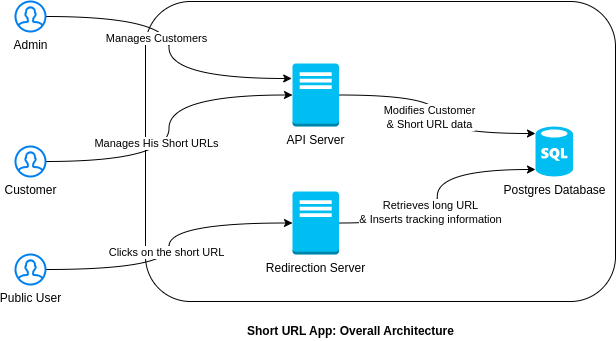
Before: docs/02_design/images/ArchitectureDiagrams.drawio.png, a diagram exported from draw.io (elbombardi/squrl). Source tidied: cells renumbered, new cells last; positions are measured from the earlier drawing's top-left corner, leaving out a move shared by most shapes.
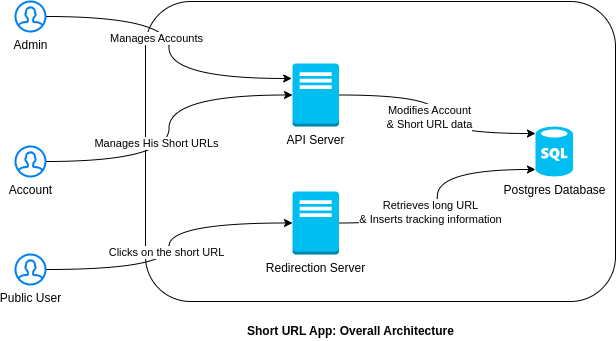
The same file after the commit.

The edit, as a diff of the source:
```diff
@@ -5,7 +5,7 @@
     <mxCell id="2" style="rounded=1;whiteSpace=wrap;html=1;" parent="1" vertex="1">
       <mxGeometry x="130" width="470" height="300" as="geometry" />
     </mxCell>
-    <mxCell id="3" value="Modifies Customer &lt;br&gt;&amp;amp; Short URL data" style="rounded=0;jettySize=auto;html=1;entryX=0;entryY=0.14;entryDx=0;entryDy=0;entryPerimeter=0;exitX=1;exitY=0.5;exitDx=0;exitDy=0;exitPerimeter=0;edgeStyle=orthogonalEdgeStyle;curved=1;" parent="1" edge="1" source="6" target="4">
+    <mxCell id="3" value="Modifies Account &lt;br&gt;&amp;amp; Short URL data" style="rounded=0;jettySize=auto;html=1;entryX=0;entryY=0.14;entryDx=0;entryDy=0;entryPerimeter=0;exitX=1;exitY=0.5;exitDx=0;exitDy=0;exitPerimeter=0;edgeStyle=orthogonalEdgeStyle;curved=1;" parent="1" edge="1" source="6" target="4">
       <mxGeometry x="0.03" y="-8" relative="1" as="geometry" />
     </mxCell>
     <mxCell id="4" value="Postgres Database" style="verticalLabelPosition=bottom;html=1;verticalAlign=top;align=center;strokeColor=none;fillColor=#00BEF2;shape=mxgraph.azure.sql_database;" parent="1" vertex="1">
@@ -23,7 +23,7 @@
     <mxCell id="8" value="Redirection Server" style="outlineConnect=0;dashed=0;verticalLabelPosition=bottom;verticalAlign=top;align=center;html=1;shape=mxgraph.aws3.traditional_server;fillColor=#00BEF2;gradientColor=none;" parent="1" vertex="1">
       <mxGeometry x="277" y="190" width="46.5" height="63" as="geometry" />
     </mxCell>
-    <mxCell id="9" value="Manages Customers" style="edgeStyle=orthogonalEdgeStyle;rounded=0;jettySize=auto;html=1;entryX=-0.017;entryY=0.238;entryDx=0;entryDy=0;entryPerimeter=0;curved=1;" parent="1" edge="1" source="10" target="6">
+    <mxCell id="9" value="Manages Accounts" style="edgeStyle=orthogonalEdgeStyle;rounded=0;jettySize=auto;html=1;entryX=-0.017;entryY=0.238;entryDx=0;entryDy=0;entryPerimeter=0;curved=1;" parent="1" edge="1" source="10" target="6">
       <mxGeometry x="-0.06" y="-13" relative="1" as="geometry">
         <mxPoint y="1" as="offset" />
       </mxGeometry>
@@ -36,7 +36,7 @@
         <mxPoint x="1" y="1" as="offset" />
       </mxGeometry>
     </mxCell>
-    <mxCell id="12" value="Customer" style="html=1;verticalLabelPosition=bottom;align=center;labelBackgroundColor=#ffffff;verticalAlign=top;strokeWidth=2;strokeColor=#0080F0;shadow=0;dashed=0;shape=mxgraph.ios7.icons.user;" parent="1" vertex="1">
+    <mxCell id="12" value="Account" style="html=1;verticalLabelPosition=bottom;align=center;labelBackgroundColor=#ffffff;verticalAlign=top;strokeWidth=2;strokeColor=#0080F0;shadow=0;dashed=0;shape=mxgraph.ios7.icons.user;" parent="1" vertex="1">
       <mxGeometry y="145" width="30" height="30" as="geometry" />
     </mxCell>
     <mxCell id="13" value="Clicks on the short URL" style="edgeStyle=orthogonalEdgeStyle;rounded=0;jettySize=auto;html=1;curved=1;" parent="1" edge="1" source="14" target="8">
```
